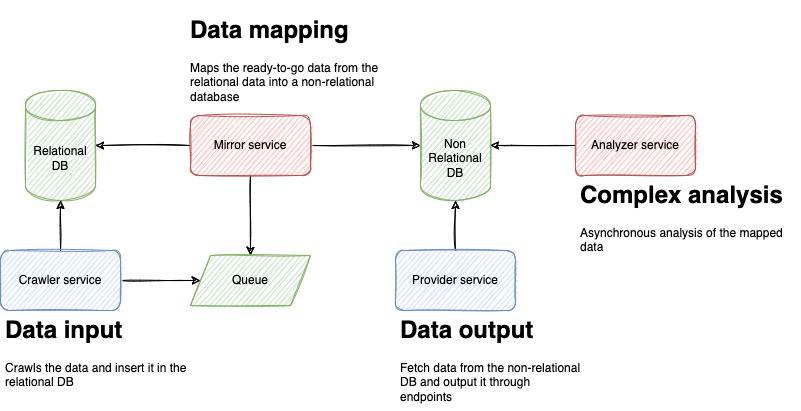
Earlier version of the draw.io export docs/overview.drawio.png (atreib/cqrs). Source tidied: cells renumbered, new cells last; positions are measured from the earlier drawing's top-left corner, leaving out a move shared by most shapes. Source of this version:
```xml
<mxGraphModel>
  <root>
    <mxCell id="0" />
    <mxCell id="1" parent="0" />
    <mxCell id="2" value="Relational&lt;br&gt;DB" style="shape=cylinder3;whiteSpace=wrap;html=1;boundedLbl=1;backgroundOutline=1;size=15;sketch=1;fillColor=#d5e8d4;strokeColor=#82b366;" parent="1" vertex="1">
      <mxGeometry x="25" y="80" width="70" height="110" as="geometry" />
    </mxCell>
    <mxCell id="3" value="Non&lt;br&gt;Relational&lt;br&gt;DB" style="shape=cylinder3;whiteSpace=wrap;html=1;boundedLbl=1;backgroundOutline=1;size=15;sketch=1;fillColor=#d5e8d4;strokeColor=#82b366;" parent="1" vertex="1">
      <mxGeometry x="420" y="80" width="70" height="110" as="geometry" />
    </mxCell>
    <mxCell id="4" style="edgeStyle=orthogonalEdgeStyle;rounded=0;jettySize=auto;html=1;sketch=1;" parent="1" edge="1" source="7" target="2">
      <mxGeometry relative="1" as="geometry" />
    </mxCell>
    <mxCell id="5" style="edgeStyle=orthogonalEdgeStyle;rounded=0;jettySize=auto;html=1;sketch=1;" parent="1" edge="1" source="7" target="3">
      <mxGeometry relative="1" as="geometry" />
    </mxCell>
    <mxCell id="6" style="edgeStyle=orthogonalEdgeStyle;rounded=0;sketch=1;jettySize=auto;html=1;" parent="1" edge="1" source="7" target="19">
      <mxGeometry relative="1" as="geometry" />
    </mxCell>
    <mxCell id="7" value="Mirror service" style="rounded=1;whiteSpace=wrap;html=1;sketch=1;fillColor=#f8cecc;strokeColor=#b85450;" parent="1" vertex="1">
      <mxGeometry x="190" y="105" width="120" height="60" as="geometry" />
    </mxCell>
    <mxCell id="8" style="edgeStyle=orthogonalEdgeStyle;rounded=0;jettySize=auto;html=1;sketch=1;" parent="1" edge="1" source="10" target="2">
      <mxGeometry relative="1" as="geometry" />
    </mxCell>
    <mxCell id="9" style="edgeStyle=orthogonalEdgeStyle;rounded=0;sketch=1;jettySize=auto;html=1;" parent="1" edge="1" source="10" target="19">
      <mxGeometry relative="1" as="geometry" />
    </mxCell>
    <mxCell id="10" value="Crawler service" style="rounded=1;whiteSpace=wrap;html=1;sketch=1;fillColor=#dae8fc;strokeColor=#6c8ebf;" parent="1" vertex="1">
      <mxGeometry y="240" width="120" height="60" as="geometry" />
    </mxCell>
    <mxCell id="11" style="edgeStyle=orthogonalEdgeStyle;rounded=0;jettySize=auto;html=1;sketch=1;" parent="1" edge="1" source="12" target="3">
      <mxGeometry relative="1" as="geometry" />
    </mxCell>
    <mxCell id="12" value="Analyzer service" style="rounded=1;whiteSpace=wrap;html=1;sketch=1;fillColor=#f8cecc;strokeColor=#b85450;" parent="1" vertex="1">
      <mxGeometry x="575" y="105" width="120" height="60" as="geometry" />
    </mxCell>
    <mxCell id="13" style="edgeStyle=orthogonalEdgeStyle;rounded=0;jettySize=auto;html=1;sketch=1;" parent="1" edge="1" source="14" target="3">
      <mxGeometry relative="1" as="geometry" />
    </mxCell>
    <mxCell id="14" value="Provider service" style="rounded=1;whiteSpace=wrap;html=1;sketch=1;fillColor=#dae8fc;strokeColor=#6c8ebf;" parent="1" vertex="1">
      <mxGeometry x="395" y="240" width="120" height="60" as="geometry" />
    </mxCell>
    <mxCell id="15" value="&lt;h1&gt;Data input&lt;/h1&gt;&lt;p&gt;Crawls the data and insert it in the relational DB&lt;/p&gt;" style="text;html=1;strokeColor=none;fillColor=none;spacing=5;spacingTop=-20;whiteSpace=wrap;overflow=hidden;rounded=0;sketch=1;" parent="1" vertex="1">
      <mxGeometry y="300" width="190" height="90" as="geometry" />
    </mxCell>
    <mxCell id="16" value="&lt;h1&gt;Data output&lt;/h1&gt;&lt;p&gt;Fetch data from the non-relational DB and output it through endpoints&lt;/p&gt;" style="text;html=1;strokeColor=none;fillColor=none;spacing=5;spacingTop=-20;whiteSpace=wrap;overflow=hidden;rounded=0;sketch=1;" parent="1" vertex="1">
      <mxGeometry x="395" y="300" width="190" height="100" as="geometry" />
    </mxCell>
    <mxCell id="17" value="&lt;h1&gt;Complex analysis&lt;/h1&gt;&lt;p&gt;Asynchronous analysis of the mapped data&amp;nbsp;&lt;/p&gt;" style="text;html=1;strokeColor=none;fillColor=none;spacing=5;spacingTop=-20;whiteSpace=wrap;overflow=hidden;rounded=0;sketch=1;" parent="1" vertex="1">
      <mxGeometry x="575" y="165" width="225" height="90" as="geometry" />
    </mxCell>
    <mxCell id="18" value="&lt;h1&gt;Data mapping&lt;/h1&gt;&lt;p&gt;Maps the ready-to-go data from the relational data into a non-relational database&lt;/p&gt;" style="text;html=1;strokeColor=none;fillColor=none;spacing=5;spacingTop=-20;whiteSpace=wrap;overflow=hidden;rounded=0;sketch=1;" parent="1" vertex="1">
      <mxGeometry x="185" width="225" height="105" as="geometry" />
    </mxCell>
    <mxCell id="19" value="Queue" style="shape=parallelogram;perimeter=parallelogramPerimeter;whiteSpace=wrap;html=1;fixedSize=1;fillColor=#d5e8d4;strokeColor=#82b366;sketch=1;" parent="1" vertex="1">
      <mxGeometry x="190" y="245" width="120" height="50" as="geometry" />
    </mxCell>
  </root>
</mxGraphModel>
```
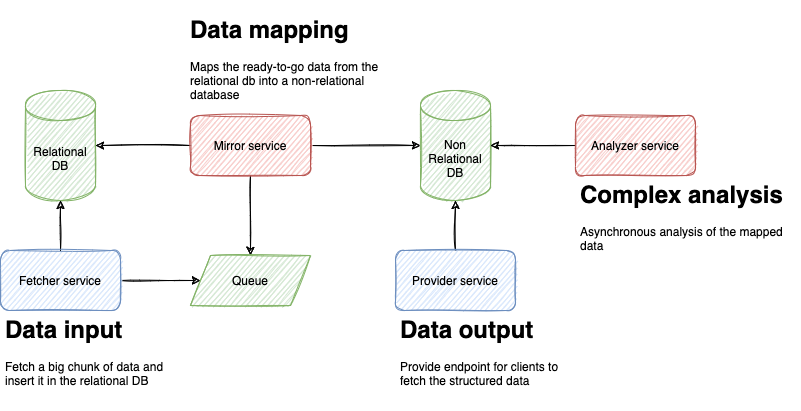
The same file after the commit.

Diff of the diagram source:
```diff
@@ -26,7 +26,7 @@
     <mxCell id="9" style="edgeStyle=orthogonalEdgeStyle;rounded=0;sketch=1;jettySize=auto;html=1;" parent="1" edge="1" source="10" target="19">
       <mxGeometry relative="1" as="geometry" />
     </mxCell>
-    <mxCell id="10" value="Crawler service" style="rounded=1;whiteSpace=wrap;html=1;sketch=1;fillColor=#dae8fc;strokeColor=#6c8ebf;" parent="1" vertex="1">
+    <mxCell id="10" value="Fetcher service" style="rounded=1;whiteSpace=wrap;html=1;sketch=1;fillColor=#dae8fc;strokeColor=#6c8ebf;" parent="1" vertex="1">
       <mxGeometry y="240" width="120" height="60" as="geometry" />
     </mxCell>
     <mxCell id="11" style="edgeStyle=orthogonalEdgeStyle;rounded=0;jettySize=auto;html=1;sketch=1;" parent="1" edge="1" source="12" target="3">
@@ -41,16 +41,16 @@
     <mxCell id="14" value="Provider service" style="rounded=1;whiteSpace=wrap;html=1;sketch=1;fillColor=#dae8fc;strokeColor=#6c8ebf;" parent="1" vertex="1">
       <mxGeometry x="395" y="240" width="120" height="60" as="geometry" />
     </mxCell>
-    <mxCell id="15" value="&lt;h1&gt;Data input&lt;/h1&gt;&lt;p&gt;Crawls the data and insert it in the relational DB&lt;/p&gt;" style="text;html=1;strokeColor=none;fillColor=none;spacing=5;spacingTop=-20;whiteSpace=wrap;overflow=hidden;rounded=0;sketch=1;" parent="1" vertex="1">
+    <mxCell id="15" value="&lt;h1&gt;Data input&lt;/h1&gt;&lt;p&gt;Fetch a big chunk of data and insert it in the relational DB&lt;/p&gt;" style="text;html=1;strokeColor=none;fillColor=none;spacing=5;spacingTop=-20;whiteSpace=wrap;overflow=hidden;rounded=0;sketch=1;" parent="1" vertex="1">
       <mxGeometry y="300" width="190" height="90" as="geometry" />
     </mxCell>
-    <mxCell id="16" value="&lt;h1&gt;Data output&lt;/h1&gt;&lt;p&gt;Fetch data from the non-relational DB and output it through endpoints&lt;/p&gt;" style="text;html=1;strokeColor=none;fillColor=none;spacing=5;spacingTop=-20;whiteSpace=wrap;overflow=hidden;rounded=0;sketch=1;" parent="1" vertex="1">
+    <mxCell id="16" value="&lt;h1&gt;Data output&lt;/h1&gt;&lt;p&gt;Provide endpoint for clients to fetch the structured data&lt;/p&gt;" style="text;html=1;strokeColor=none;fillColor=none;spacing=5;spacingTop=-20;whiteSpace=wrap;overflow=hidden;rounded=0;sketch=1;" parent="1" vertex="1">
       <mxGeometry x="395" y="300" width="190" height="100" as="geometry" />
     </mxCell>
     <mxCell id="17" value="&lt;h1&gt;Complex analysis&lt;/h1&gt;&lt;p&gt;Asynchronous analysis of the mapped data&amp;nbsp;&lt;/p&gt;" style="text;html=1;strokeColor=none;fillColor=none;spacing=5;spacingTop=-20;whiteSpace=wrap;overflow=hidden;rounded=0;sketch=1;" parent="1" vertex="1">
       <mxGeometry x="575" y="165" width="225" height="90" as="geometry" />
     </mxCell>
-    <mxCell id="18" value="&lt;h1&gt;Data mapping&lt;/h1&gt;&lt;p&gt;Maps the ready-to-go data from the relational data into a non-relational database&lt;/p&gt;" style="text;html=1;strokeColor=none;fillColor=none;spacing=5;spacingTop=-20;whiteSpace=wrap;overflow=hidden;rounded=0;sketch=1;" parent="1" vertex="1">
+    <mxCell id="18" value="&lt;h1&gt;Data mapping&lt;/h1&gt;&lt;p&gt;Maps the ready-to-go data from the relational db into a non-relational database&lt;/p&gt;" style="text;html=1;strokeColor=none;fillColor=none;spacing=5;spacingTop=-20;whiteSpace=wrap;overflow=hidden;rounded=0;sketch=1;" parent="1" vertex="1">
       <mxGeometry x="185" width="225" height="105" as="geometry" />
     </mxCell>
     <mxCell id="19" value="Queue" style="shape=parallelogram;perimeter=parallelogramPerimeter;whiteSpace=wrap;html=1;fixedSize=1;fillColor=#d5e8d4;strokeColor=#82b366;sketch=1;" parent="1" vertex="1">
```
